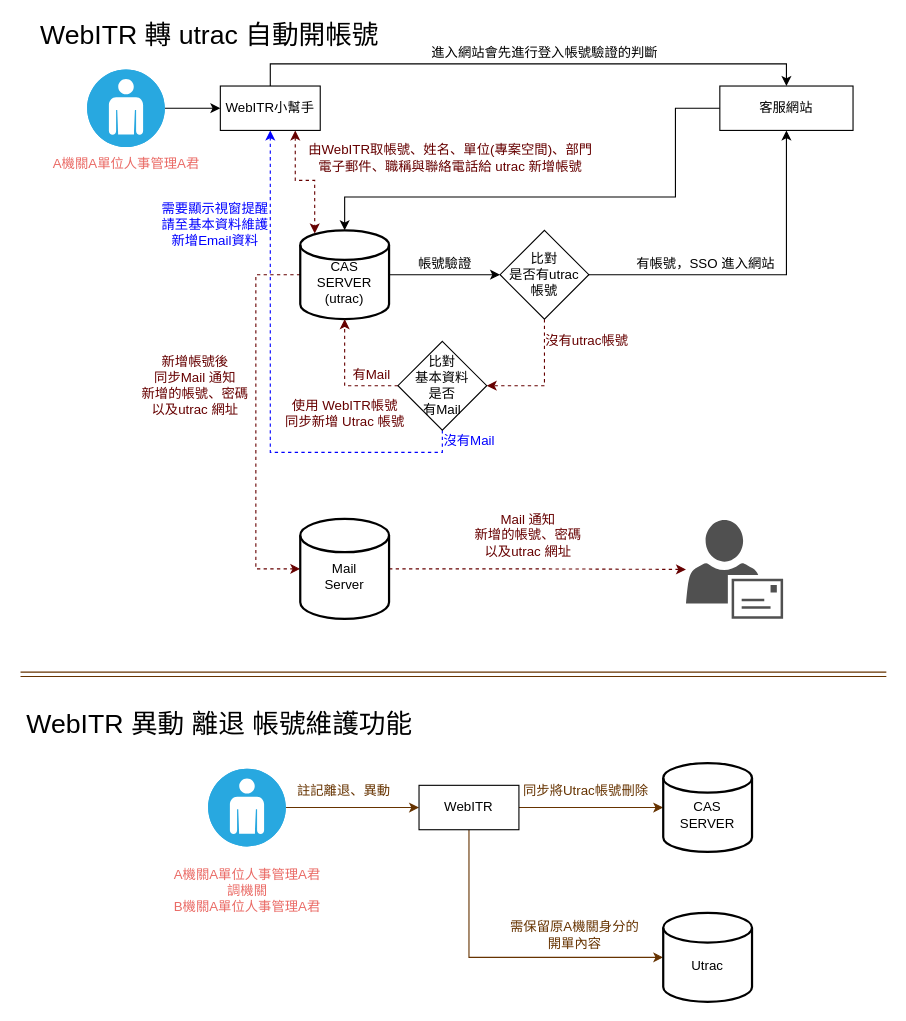
Cadmus-design/Diagrams keeps this draw.io diagram as page "Page-3" (3 of 3) of Untitled Diagram.drawio. Above is the earlier version. Source tidied: cells renumbered, new cells numbered last; positions are measured from the earlier drawing's top-left corner, leaving out a move shared by most shapes. Both pictures are drawn from the tidied source at 111%, with x=0, y=0 at pixel (19, 19).
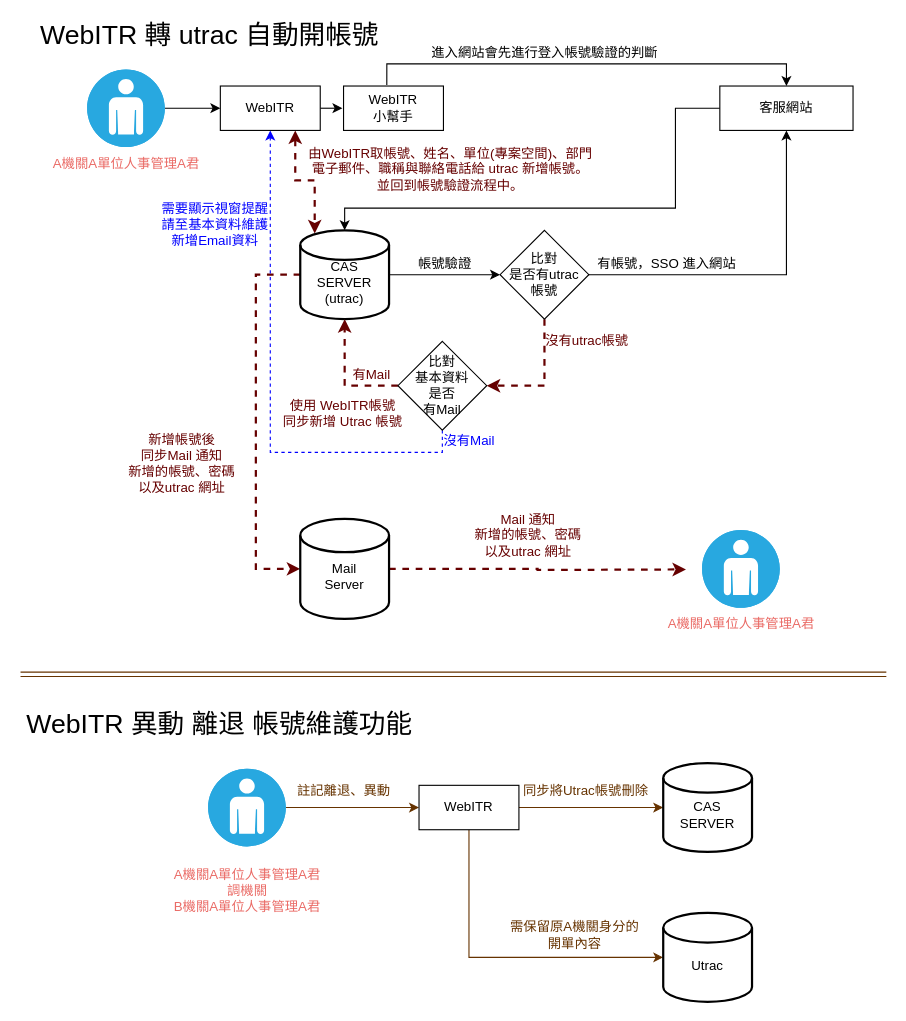
The same diagram, later.

The change refers to these unchanged cells:
```xml
<mxCell id="6" value="客服網站" style="whiteSpace=wrap;html=1;rounded=0;" parent="1" vertex="1">
  <mxGeometry x="631" y="60" width="120" height="40" as="geometry" />
</mxCell>
<mxCell id="13" value="&lt;div&gt;&lt;br&gt;&lt;/div&gt;&lt;div&gt;CAS&lt;/div&gt;&lt;div&gt;SERVER&lt;/div&gt;&lt;div&gt;(utrac)&lt;br&gt;&lt;/div&gt;" style="strokeWidth=2;html=1;shape=mxgraph.flowchart.database;whiteSpace=wrap;" parent="1" vertex="1">
  <mxGeometry x="253" y="190" width="80" height="80" as="geometry" />
</mxCell>
<mxCell id="16" value="&lt;div&gt;比對&lt;/div&gt;&lt;div&gt;是否有utrac&lt;/div&gt;&lt;div&gt;帳號&lt;/div&gt;" style="rhombus;whiteSpace=wrap;html=1;" parent="1" vertex="1">
  <mxGeometry x="433" y="190" width="80" height="80" as="geometry" />
</mxCell>
<mxCell id="20" value="&lt;div&gt;&lt;br&gt;&lt;/div&gt;&lt;div&gt;Mail &lt;br&gt;&lt;/div&gt;&lt;div&gt;Server&lt;/div&gt;" style="strokeWidth=2;html=1;shape=mxgraph.flowchart.database;whiteSpace=wrap;" parent="1" vertex="1">
  <mxGeometry x="253" y="450" width="80" height="90" as="geometry" />
</mxCell>
<mxCell id="29" value="&lt;div&gt;比對&lt;/div&gt;&lt;div&gt;基本資料&lt;/div&gt;&lt;div&gt;是否&lt;/div&gt;&lt;div&gt;有Mail&lt;/div&gt;" style="rhombus;whiteSpace=wrap;html=1;" parent="1" vertex="1">
  <mxGeometry x="341" y="290" width="80" height="80" as="geometry" />
</mxCell>
```

Diff of the diagram source:
```diff
@@
-    <mxCell id="2" style="edgeStyle=orthogonalEdgeStyle;rounded=0;jettySize=auto;html=1;exitX=0.5;exitY=0;exitDx=0;exitDy=0;entryX=0.5;entryY=0;entryDx=0;entryDy=0;" parent="1" edge="1" source="4" target="6">
+    <mxCell id="2" style="edgeStyle=orthogonalEdgeStyle;rounded=0;jettySize=auto;html=1;exitX=0.433;exitY=-0.021;exitDx=0;exitDy=0;entryX=0.5;entryY=0;entryDx=0;entryDy=0;exitPerimeter=0;" parent="1" edge="1" source="49" target="6">
       <mxGeometry relative="1" as="geometry" />
     </mxCell>
-    <mxCell id="3" style="edgeStyle=orthogonalEdgeStyle;rounded=0;jettySize=auto;html=1;exitX=0.75;exitY=1;exitDx=0;exitDy=0;entryX=0.163;entryY=0.035;entryDx=0;entryDy=0;entryPerimeter=0;dashed=1;fontSize=24;fontColor=#660000;startArrow=classic;startFill=1;endArrow=classic;endFill=1;strokeColor=#660000;" parent="1" edge="1" source="4" target="13">
+    <mxCell id="3" style="edgeStyle=orthogonalEdgeStyle;rounded=0;jettySize=auto;html=1;exitX=0.75;exitY=1;exitDx=0;exitDy=0;entryX=0.163;entryY=0.035;entryDx=0;entryDy=0;entryPerimeter=0;dashed=1;fontSize=24;fontColor=#660000;startArrow=classic;startFill=1;endArrow=classic;endFill=1;strokeColor=#660000;strokeWidth=2;" parent="1" edge="1" source="4" target="13">
       <mxGeometry relative="1" as="geometry" />
     </mxCell>
+    <mxCell id="48" style="edgeStyle=orthogonalEdgeStyle;rounded=0;jettySize=auto;html=1;exitX=1;exitY=0.5;exitDx=0;exitDy=0;fontSize=24;fontColor=#000000;startArrow=none;startFill=0;endArrow=classic;endFill=1;" parent="1" edge="1" source="4">
+      <mxGeometry relative="1" as="geometry">
+        <mxPoint x="291" y="80" as="targetPoint" />
+      </mxGeometry>
+    </mxCell>
-    <mxCell id="4" value="WebITR小幫手" style="rounded=0;whiteSpace=wrap;html=1;" parent="1" vertex="1">
+    <mxCell id="4" value="WebITR" style="rounded=0;whiteSpace=wrap;html=1;" parent="1" vertex="1">
       <mxGeometry x="181" y="60" width="90" height="40" as="geometry" />
     </mxCell>
     <mxCell id="5" style="edgeStyle=orthogonalEdgeStyle;rounded=0;jettySize=auto;html=1;exitX=0;exitY=0.5;exitDx=0;exitDy=0;entryX=0.5;entryY=0;entryDx=0;entryDy=0;entryPerimeter=0;" parent="1" edge="1" source="6" target="13">
       <mxGeometry relative="1" as="geometry">
         <Array as="points">
           <mxPoint x="591" y="80" />
-          <mxPoint x="591" y="160" />
-          <mxPoint x="293" y="160" />
+          <mxPoint x="591" y="170" />
+          <mxPoint x="293" y="170" />
         </Array>
       </mxGeometry>
     </mxCell>
@@
     <mxCell id="10" value="有帳號，SSO 進入網站" style="text;html=1;align=center;verticalAlign=middle;fillColor=none;strokeColor=none;rounded=0;" parent="1" vertex="1">
-      <mxGeometry x="548" y="210" width="140" height="20" as="geometry" />
+      <mxGeometry x="513" y="210" width="140" height="20" as="geometry" />
     </mxCell>
@@
-    <mxCell id="12" style="edgeStyle=orthogonalEdgeStyle;rounded=0;jettySize=auto;html=1;exitX=0;exitY=0.5;exitDx=0;exitDy=0;exitPerimeter=0;entryX=0;entryY=0.5;entryDx=0;entryDy=0;entryPerimeter=0;dashed=1;fontColor=#EA6B66;endArrow=classic;endFill=1;strokeColor=#660000;" parent="1" edge="1" source="13" target="20">
+    <mxCell id="12" style="edgeStyle=orthogonalEdgeStyle;rounded=0;jettySize=auto;html=1;exitX=0;exitY=0.5;exitDx=0;exitDy=0;exitPerimeter=0;entryX=0;entryY=0.5;entryDx=0;entryDy=0;entryPerimeter=0;dashed=1;fontColor=#EA6B66;endArrow=classic;endFill=1;strokeColor=#660000;strokeWidth=2;" parent="1" edge="1" source="13" target="20">
       <mxGeometry relative="1" as="geometry">
         <Array as="points">
           <mxPoint x="213" y="230" />
           <mxPoint x="213" y="495" />
         </Array>
       </mxGeometry>
     </mxCell>
@@
-    <mxCell id="15" style="edgeStyle=orthogonalEdgeStyle;rounded=0;jettySize=auto;html=1;exitX=0.5;exitY=1;exitDx=0;exitDy=0;entryX=1;entryY=0.5;entryDx=0;entryDy=0;endArrow=classic;endFill=1;dashed=1;fontColor=#660000;strokeColor=#660000;" parent="1" edge="1" source="16" target="29">
+    <mxCell id="15" style="edgeStyle=orthogonalEdgeStyle;rounded=0;jettySize=auto;html=1;exitX=0.5;exitY=1;exitDx=0;exitDy=0;entryX=1;entryY=0.5;entryDx=0;entryDy=0;endArrow=classic;endFill=1;dashed=1;fontColor=#660000;strokeColor=#660000;strokeWidth=2;" parent="1" edge="1" source="16" target="29">
       <mxGeometry relative="1" as="geometry">
         <Array as="points">
           <mxPoint x="473" y="330" />
         </Array>
       </mxGeometry>
     </mxCell>
@@
     <mxCell id="17" value="&lt;div&gt;使用 WebITR帳號 &lt;br&gt;&lt;/div&gt;&lt;div&gt;同步新增 Utrac 帳號&lt;/div&gt;" style="text;html=1;align=center;verticalAlign=middle;fillColor=none;strokeColor=none;rounded=0;fontColor=#660000;" parent="1" vertex="1">
-      <mxGeometry x="233" y="340" width="120" height="30" as="geometry" />
+      <mxGeometry x="231" y="340" width="120" height="30" as="geometry" />
     </mxCell>
-    <mxCell id="18" value="&lt;div&gt;由WebITR取帳號、姓名、單位(專案空間)、部門&lt;/div&gt;&lt;div&gt;電子郵件、職稱與聯絡電話給 utrac 新增帳號&lt;br&gt;&lt;/div&gt;" style="text;html=1;align=center;verticalAlign=middle;fillColor=none;strokeColor=none;rounded=0;fontColor=#660000;" parent="1" vertex="1">
-      <mxGeometry x="253" y="110" width="270" height="30" as="geometry" />
+    <mxCell id="18" value="&lt;div&gt;由WebITR取帳號、姓名、單位(專案空間)、部門&lt;/div&gt;&lt;div&gt;電子郵件、職稱與聯絡電話給 utrac 新增帳號。&lt;/div&gt;&lt;div&gt;並回到帳號驗證流程中。&lt;/div&gt;" style="text;html=1;align=center;verticalAlign=middle;fillColor=none;strokeColor=none;rounded=0;fontColor=#660000;" parent="1" vertex="1">
+      <mxGeometry x="253" y="110" width="270" height="50" as="geometry" />
     </mxCell>
-    <mxCell id="19" style="edgeStyle=orthogonalEdgeStyle;rounded=0;jettySize=auto;html=1;exitX=1;exitY=0.5;exitDx=0;exitDy=0;exitPerimeter=0;fontColor=#EA6B66;endArrow=classic;endFill=1;dashed=1;strokeColor=#660000;" parent="1" edge="1" source="20" target="22">
-      <mxGeometry relative="1" as="geometry" />
+    <mxCell id="19" style="edgeStyle=orthogonalEdgeStyle;rounded=0;jettySize=auto;html=1;exitX=1;exitY=0.5;exitDx=0;exitDy=0;exitPerimeter=0;fontColor=#EA6B66;endArrow=classic;endFill=1;dashed=1;strokeColor=#660000;strokeWidth=2;" parent="1" edge="1" source="20">
+      <mxGeometry relative="1" as="geometry">
+        <mxPoint x="600.5" y="495.5" as="targetPoint" />
+      </mxGeometry>
     </mxCell>
@@
     <mxCell id="21" value="&lt;div&gt;新增帳號後&lt;/div&gt;&lt;div&gt;同步Mail 通知&lt;/div&gt;&lt;div&gt;新增的帳號、密碼&lt;/div&gt;&lt;div&gt;以及utrac 網址&lt;br&gt;&lt;/div&gt;" style="text;html=1;align=center;verticalAlign=middle;fillColor=none;strokeColor=none;rounded=0;fontColor=#660000;" parent="1" vertex="1">
-      <mxGeometry x="103" y="300" width="110" height="60" as="geometry" />
+      <mxGeometry x="91" y="370" width="110" height="60" as="geometry" />
     </mxCell>
-    <mxCell id="22" style="shadow=0;dashed=0;html=1;strokeColor=none;fillColor=#505050;labelPosition=center;verticalLabelPosition=bottom;verticalAlign=top;outlineConnect=0;align=center;shape=mxgraph.office.users.mail_user;fontColor=#EA6B66;" parent="1" vertex="1">
-      <mxGeometry x="600.5" y="451" width="87.5" height="89" as="geometry" />
-    </mxCell>
@@
-    <mxCell id="27" style="edgeStyle=orthogonalEdgeStyle;rounded=0;jettySize=auto;html=1;exitX=0;exitY=0.5;exitDx=0;exitDy=0;entryX=0.5;entryY=1;entryDx=0;entryDy=0;entryPerimeter=0;endArrow=classic;endFill=1;dashed=1;fontColor=#660000;strokeColor=#660000;" parent="1" edge="1" source="29" target="13">
+    <mxCell id="27" style="edgeStyle=orthogonalEdgeStyle;rounded=0;jettySize=auto;html=1;exitX=0;exitY=0.5;exitDx=0;exitDy=0;entryX=0.5;entryY=1;entryDx=0;entryDy=0;entryPerimeter=0;endArrow=classic;endFill=1;dashed=1;fontColor=#660000;strokeColor=#660000;strokeWidth=2;" parent="1" edge="1" source="29" target="13">
       <mxGeometry relative="1" as="geometry" />
     </mxCell>
@@
+    <mxCell id="49" value="&lt;div&gt;WebITR&lt;/div&gt;&lt;div&gt;小幫手&lt;br&gt;&lt;/div&gt;" style="rounded=0;whiteSpace=wrap;html=1;" parent="1" vertex="1">
+      <mxGeometry x="292" y="60" width="90" height="40" as="geometry" />
+    </mxCell>
+    <mxCell id="50" style="fillColor=#28A8E0;verticalLabelPosition=bottom;html=1;strokeColor=#ffffff;verticalAlign=top;align=center;shape=mxgraph.cisco_safe.compositeIcon;bgIcon=ellipse;resIcon=mxgraph.cisco_safe.capability.user;fontColor=#EA6B66;" parent="1" vertex="1">
+      <mxGeometry x="615" y="460" width="70" height="70" as="geometry" />
+    </mxCell>
+    <mxCell id="51" value="A機關A單位人事管理A君" style="text;html=1;align=center;verticalAlign=middle;fillColor=none;strokeColor=none;rounded=0;fontColor=#EA6B66;" parent="1" vertex="1">
+      <mxGeometry x="575" y="535" width="150" height="20" as="geometry" />
+    </mxCell>
```
